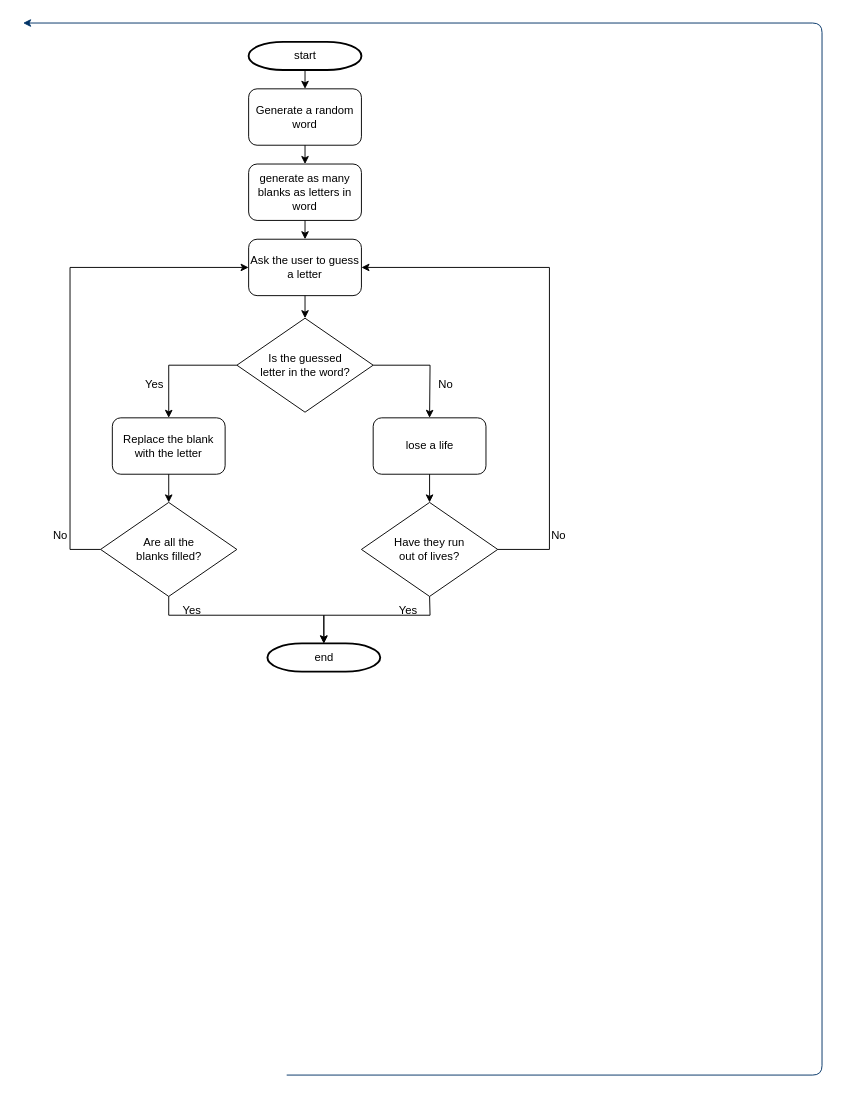
Above: Beginer/Day7_Hangman/Hangman.drawio in rszylkowski/100_code_chalange (draw.io), before the change. Source tidied: cells renumbered, new cells numbered last; positions are measured from the earlier drawing's top-left corner, leaving out a move shared by most shapes. Both pictures are drawn from the tidied source at 94%, with x=0, y=0 at pixel (23, 23).
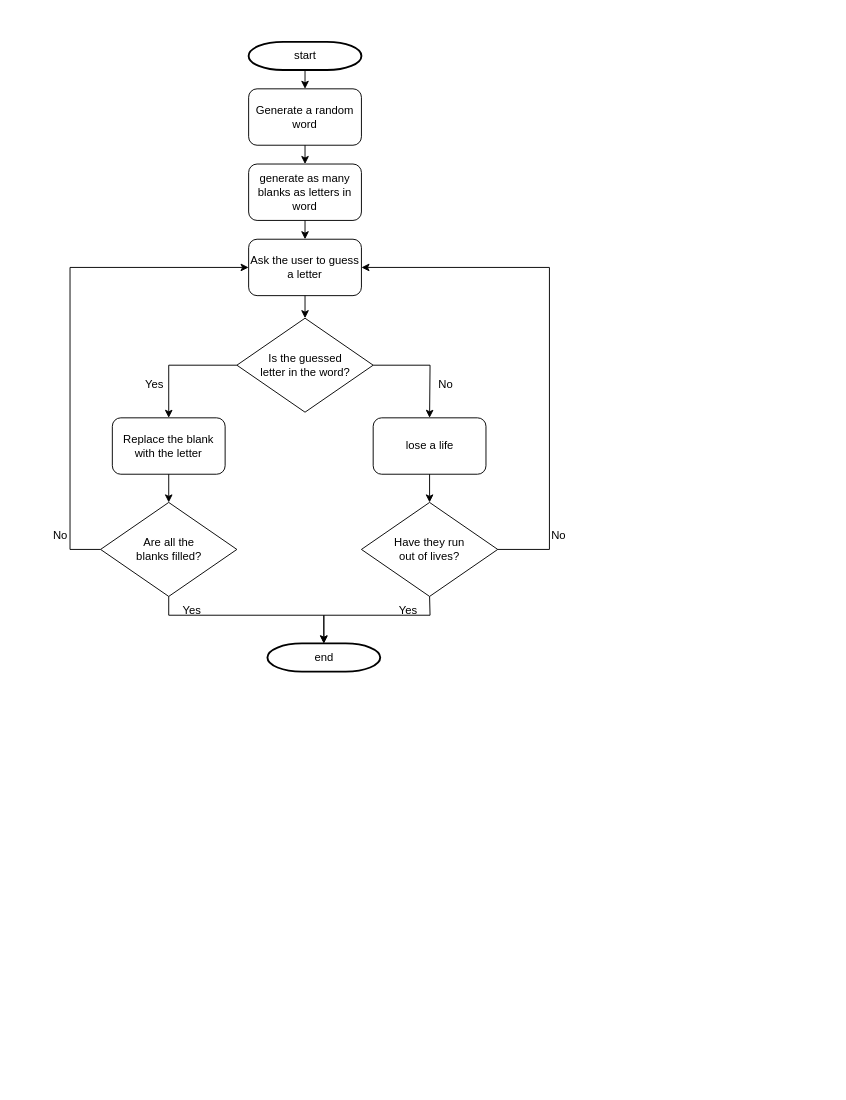
The same page after the edit.

Commit message:
remove unnecessary arrow

Change to the diagram source:
```diff
@@
-    <mxCell id="4" style="edgeStyle=elbowEdgeStyle;elbow=horizontal;exitX=1;exitY=0.5;exitPerimeter=0;entryX=0.905;entryY=0.5;entryPerimeter=0;fontStyle=1;strokeColor=#003366;strokeWidth=1;html=1;" parent="1" edge="1">
-      <mxGeometry as="geometry">
-        <mxPoint x="280.5" y="1119.2" as="sourcePoint" />
-        <mxPoint as="targetPoint" />
-        <Array as="points">
-          <mxPoint x="850" y="1320" />
-        </Array>
-      </mxGeometry>
-    </mxCell>
```
